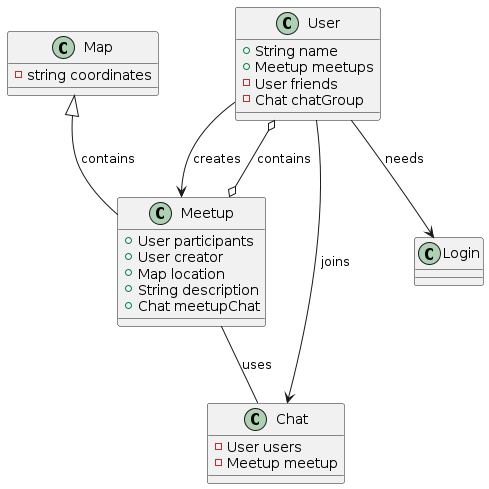
Above: images/diagram-classes.png in 2223-3bhif-syp/02-projekte-mopedmeetup (PlantUML), before the change.
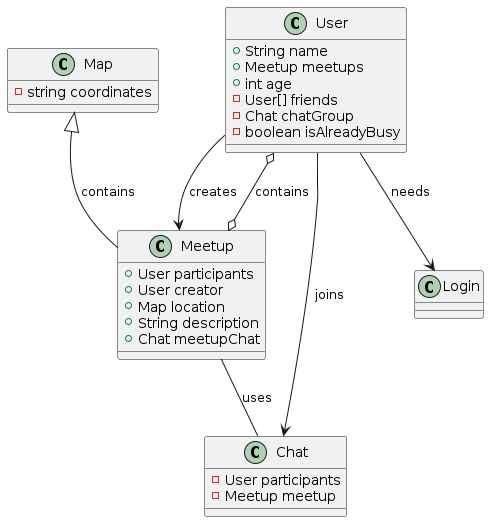
After the change.

Change to the diagram source:
```diff
@@ -2,8 +2,10 @@
 class User {
     +String name
     +Meetup meetups
-    -User friends
+    +int age
+    - User[] friends
     - Chat chatGroup
+    - boolean isAlreadyBusy
 }
 class Meetup {
     + User participants
@@ -18,7 +20,7 @@
     -string coordinates
 }
 class Chat {
-    - User users
+    - User participants
     - Meetup meetup
 }
 
```
